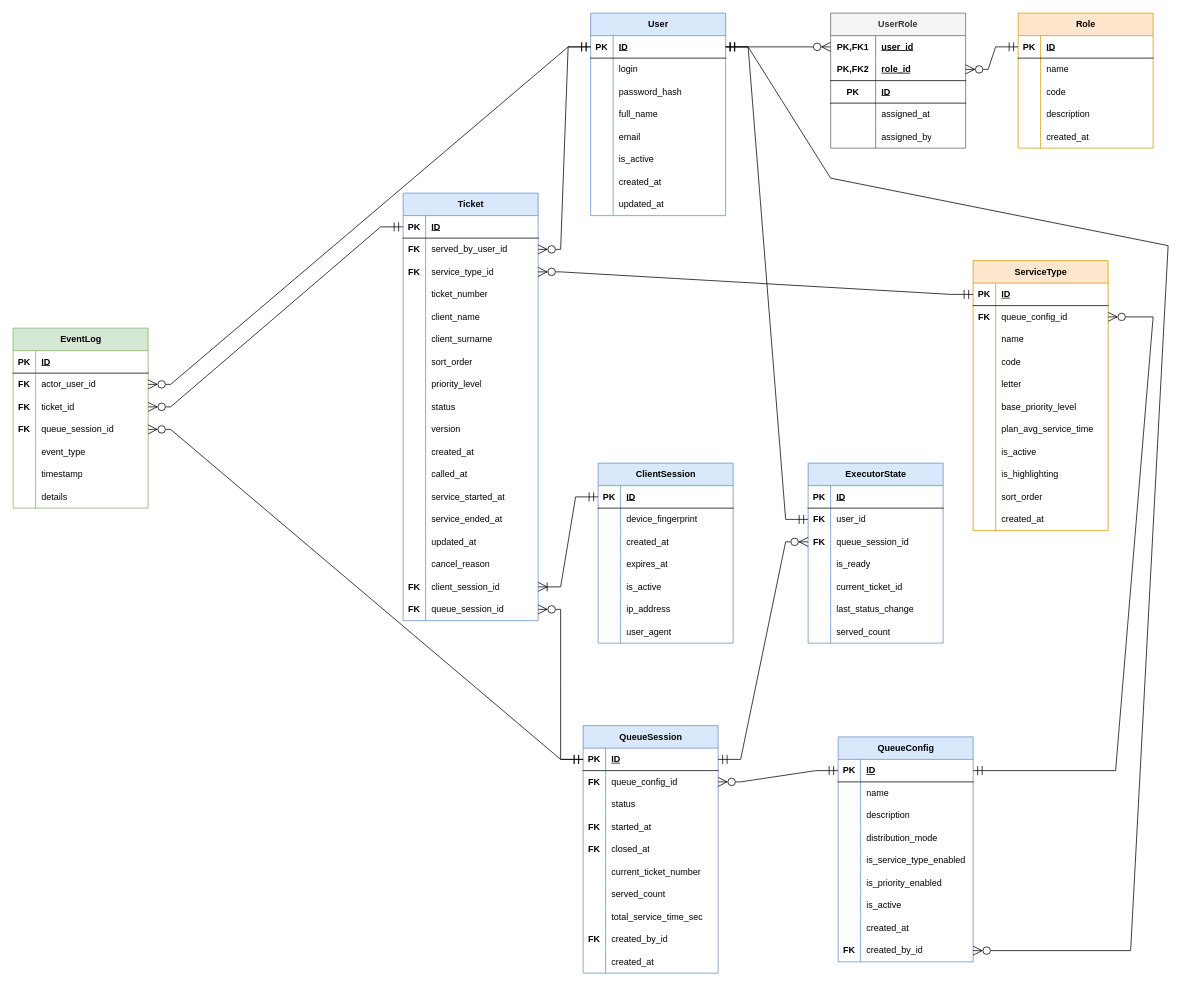
Above: docs/requirements/logical-data-model.drawio in DaL1ner/virtual_queue_management_system (draw.io), before the change. Source tidied: cells renumbered, new cells numbered last; positions are measured from the earlier drawing's top-left corner, leaving out a move shared by most shapes. Both pictures are drawn from the tidied source at 75%, with x=0, y=0 at pixel (13, 13).
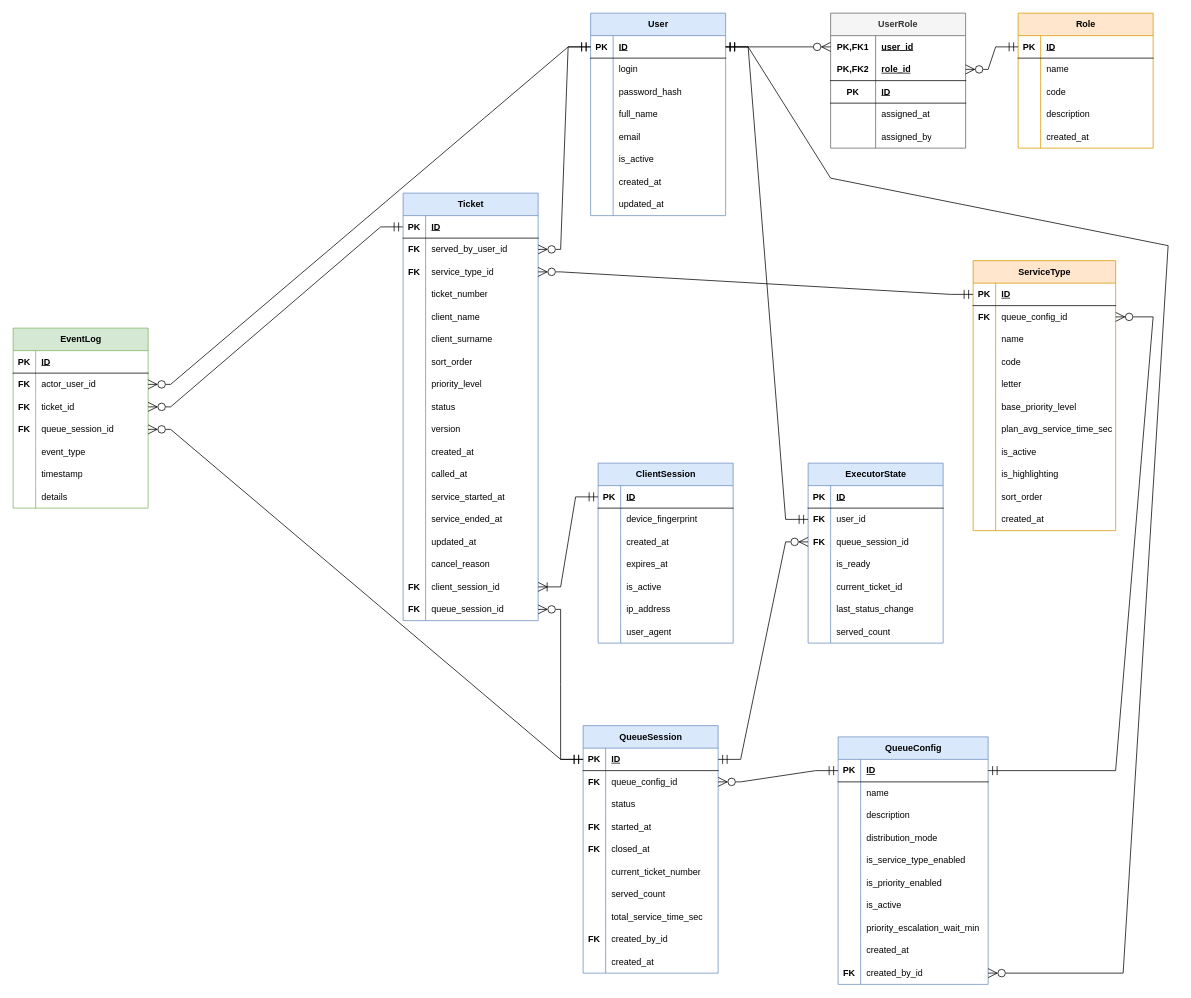
The same page after the edit.

Unchanged cells that the change refers to:
```xml
<mxCell id="3" style="shape=tableRow;horizontal=0;startSize=0;swimlaneHead=0;swimlaneBody=0;fillColor=none;points=[[0,0.5],[1,0.5]];portConstraint=eastwest;top=0;left=0;right=0;bottom=1;" parent="2" vertex="1">
  <mxGeometry y="30" width="180" height="30" as="geometry" />
</mxCell>
```

Diff of the diagram source:
```diff
@@
     <mxCell id="59" value="QueueConfig" style="shape=table;startSize=30;childLayout=tableLayout;rowLines=0;fontStyle=1;align=center;html=1;fillColor=#dae8fc;strokeColor=#6c8ebf;" parent="1" vertex="1">
-      <mxGeometry x="1100" y="965" width="180" height="300" as="geometry" />
+      <mxGeometry x="1100" y="965" width="200" height="330" as="geometry" />
     </mxCell>
     <mxCell id="60" style="shape=tableRow;horizontal=0;startSize=0;swimlaneHead=0;swimlaneBody=0;fillColor=none;points=[[0,0.5],[1,0.5]];portConstraint=eastwest;top=0;left=0;right=0;bottom=1;" parent="59" vertex="1">
-      <mxGeometry y="30" width="180" height="30" as="geometry" />
+      <mxGeometry y="30" width="200" height="30" as="geometry" />
     </mxCell>
@@
     <mxCell id="62" value="ID" style="shape=partialRectangle;fillColor=none;top=0;left=0;bottom=0;right=0;align=left;spacingLeft=6;fontStyle=5;overflow=hidden;whiteSpace=wrap;html=1;" parent="60" vertex="1">
-      <mxGeometry x="30" width="150" height="30" as="geometry" />
+      <mxGeometry x="30" width="170" height="30" as="geometry" />
     </mxCell>
     <mxCell id="63" style="shape=tableRow;horizontal=0;startSize=0;swimlaneHead=0;swimlaneBody=0;fillColor=none;top=0;left=0;right=0;bottom=0;" parent="59" vertex="1">
-      <mxGeometry y="60" width="180" height="30" as="geometry" />
+      <mxGeometry y="60" width="200" height="30" as="geometry" />
     </mxCell>
@@
     <mxCell id="65" value="name" style="shape=partialRectangle;fillColor=none;top=0;left=0;bottom=0;right=0;align=left;spacingLeft=6;overflow=hidden;whiteSpace=wrap;html=1;" parent="63" vertex="1">
-      <mxGeometry x="30" width="150" height="30" as="geometry" />
+      <mxGeometry x="30" width="170" height="30" as="geometry" />
     </mxCell>
     <mxCell id="66" style="shape=tableRow;horizontal=0;startSize=0;swimlaneHead=0;swimlaneBody=0;fillColor=none;top=0;left=0;right=0;bottom=0;" parent="59" vertex="1">
-      <mxGeometry y="90" width="180" height="30" as="geometry" />
+      <mxGeometry y="90" width="200" height="30" as="geometry" />
     </mxCell>
@@
     <mxCell id="68" value="description" style="shape=partialRectangle;fillColor=none;top=0;left=0;bottom=0;right=0;align=left;spacingLeft=6;overflow=hidden;whiteSpace=wrap;html=1;" parent="66" vertex="1">
-      <mxGeometry x="30" width="150" height="30" as="geometry" />
+      <mxGeometry x="30" width="170" height="30" as="geometry" />
     </mxCell>
     <mxCell id="69" style="shape=tableRow;horizontal=0;startSize=0;swimlaneHead=0;swimlaneBody=0;fillColor=none;top=0;left=0;right=0;bottom=0;" parent="59" vertex="1">
-      <mxGeometry y="120" width="180" height="30" as="geometry" />
+      <mxGeometry y="120" width="200" height="30" as="geometry" />
     </mxCell>
@@
     <mxCell id="71" value="distribution_mode" style="shape=partialRectangle;fillColor=none;top=0;left=0;bottom=0;right=0;align=left;spacingLeft=6;overflow=hidden;whiteSpace=wrap;html=1;" parent="69" vertex="1">
-      <mxGeometry x="30" width="150" height="30" as="geometry" />
+      <mxGeometry x="30" width="170" height="30" as="geometry" />
     </mxCell>
     <mxCell id="72" style="shape=tableRow;horizontal=0;startSize=0;swimlaneHead=0;swimlaneBody=0;fillColor=none;top=0;left=0;right=0;bottom=0;" parent="59" vertex="1">
-      <mxGeometry y="150" width="180" height="30" as="geometry" />
+      <mxGeometry y="150" width="200" height="30" as="geometry" />
     </mxCell>
@@
     <mxCell id="74" value="is_service_type_enabled" style="shape=partialRectangle;fillColor=none;top=0;left=0;bottom=0;right=0;align=left;spacingLeft=6;overflow=hidden;whiteSpace=wrap;html=1;" parent="72" vertex="1">
-      <mxGeometry x="30" width="150" height="30" as="geometry" />
+      <mxGeometry x="30" width="170" height="30" as="geometry" />
     </mxCell>
     <mxCell id="75" style="shape=tableRow;horizontal=0;startSize=0;swimlaneHead=0;swimlaneBody=0;fillColor=none;top=0;left=0;right=0;bottom=0;" parent="59" vertex="1">
-      <mxGeometry y="180" width="180" height="30" as="geometry" />
+      <mxGeometry y="180" width="200" height="30" as="geometry" />
     </mxCell>
@@
     <mxCell id="77" value="is_priority_enabled" style="shape=partialRectangle;fillColor=none;top=0;left=0;bottom=0;right=0;align=left;spacingLeft=6;overflow=hidden;whiteSpace=wrap;html=1;" parent="75" vertex="1">
-      <mxGeometry x="30" width="150" height="30" as="geometry" />
+      <mxGeometry x="30" width="170" height="30" as="geometry" />
     </mxCell>
     <mxCell id="78" style="shape=tableRow;horizontal=0;startSize=0;swimlaneHead=0;swimlaneBody=0;fillColor=none;top=0;left=0;right=0;bottom=0;" parent="59" vertex="1">
-      <mxGeometry y="210" width="180" height="30" as="geometry" />
+      <mxGeometry y="210" width="200" height="30" as="geometry" />
     </mxCell>
@@
     <mxCell id="80" value="is_active" style="shape=partialRectangle;fillColor=none;top=0;left=0;bottom=0;right=0;align=left;spacingLeft=6;overflow=hidden;whiteSpace=wrap;html=1;" parent="78" vertex="1">
-      <mxGeometry x="30" width="150" height="30" as="geometry" />
+      <mxGeometry x="30" width="170" height="30" as="geometry" />
     </mxCell>
+    <mxCell id="287" style="shape=tableRow;horizontal=0;startSize=0;swimlaneHead=0;swimlaneBody=0;fillColor=none;top=0;left=0;right=0;bottom=0;" parent="59" vertex="1">
+      <mxGeometry y="240" width="200" height="30" as="geometry" />
+    </mxCell>
+    <mxCell id="288" style="shape=partialRectangle;fillColor=none;top=0;left=0;bottom=0;right=0;overflow=hidden;whiteSpace=wrap;html=1;fontStyle=1;" parent="287" vertex="1">
+      <mxGeometry width="30" height="30" as="geometry" />
+    </mxCell>
+    <mxCell id="289" value="priority_escalation_wait_min" style="shape=partialRectangle;fillColor=none;top=0;left=0;bottom=0;right=0;align=left;spacingLeft=6;overflow=hidden;whiteSpace=wrap;html=1;" parent="287" vertex="1">
+      <mxGeometry x="30" width="170" height="30" as="geometry" />
+    </mxCell>
     <mxCell id="81" style="shape=tableRow;horizontal=0;startSize=0;swimlaneHead=0;swimlaneBody=0;fillColor=none;top=0;left=0;right=0;bottom=0;" parent="59" vertex="1">
-      <mxGeometry y="240" width="180" height="30" as="geometry" />
+      <mxGeometry y="270" width="200" height="30" as="geometry" />
     </mxCell>
@@
     <mxCell id="83" value="created_at" style="shape=partialRectangle;fillColor=none;top=0;left=0;bottom=0;right=0;align=left;spacingLeft=6;overflow=hidden;whiteSpace=wrap;html=1;" parent="81" vertex="1">
-      <mxGeometry x="30" width="150" height="30" as="geometry" />
+      <mxGeometry x="30" width="170" height="30" as="geometry" />
     </mxCell>
     <mxCell id="84" style="shape=tableRow;horizontal=0;startSize=0;swimlaneHead=0;swimlaneBody=0;fillColor=none;points=[[0,0.5],[1,0.5]];portConstraint=eastwest;top=0;left=0;right=0;bottom=0;" parent="59" vertex="1">
-      <mxGeometry y="270" width="180" height="30" as="geometry" />
+      <mxGeometry y="300" width="200" height="30" as="geometry" />
     </mxCell>
@@
     <mxCell id="86" value="created_by_id" style="shape=partialRectangle;fillColor=none;top=0;left=0;bottom=0;right=0;align=left;spacingLeft=6;overflow=hidden;whiteSpace=wrap;html=1;" parent="84" vertex="1">
-      <mxGeometry x="30" width="150" height="30" as="geometry" />
+      <mxGeometry x="30" width="170" height="30" as="geometry" />
     </mxCell>
@@
     <mxCell id="118" value="ServiceType" style="shape=table;startSize=30;childLayout=tableLayout;rowLines=0;fontStyle=1;align=center;html=1;fillColor=#ffe6cc;strokeColor=#d79b00;" parent="1" vertex="1">
-      <mxGeometry x="1280" y="330" width="180" height="360" as="geometry" />
+      <mxGeometry x="1280" y="330" width="190" height="360" as="geometry" />
     </mxCell>
     <mxCell id="119" style="shape=tableRow;horizontal=0;startSize=0;swimlaneHead=0;swimlaneBody=0;fillColor=none;points=[[0,0.5],[1,0.5]];portConstraint=eastwest;top=0;left=0;right=0;bottom=1;" parent="118" vertex="1">
-      <mxGeometry y="30" width="180" height="30" as="geometry" />
+      <mxGeometry y="30" width="190" height="30" as="geometry" />
     </mxCell>
@@
     <mxCell id="121" value="ID" style="shape=partialRectangle;fillColor=none;top=0;left=0;bottom=0;right=0;align=left;spacingLeft=6;fontStyle=5;overflow=hidden;whiteSpace=wrap;html=1;" parent="119" vertex="1">
-      <mxGeometry x="30" width="150" height="30" as="geometry" />
+      <mxGeometry x="30" width="160" height="30" as="geometry" />
     </mxCell>
     <mxCell id="122" style="shape=tableRow;horizontal=0;startSize=0;swimlaneHead=0;swimlaneBody=0;fillColor=none;points=[[0,0.5],[1,0.5]];portConstraint=eastwest;top=0;left=0;right=0;bottom=0;" parent="118" vertex="1">
-      <mxGeometry y="60" width="180" height="30" as="geometry" />
+      <mxGeometry y="60" width="190" height="30" as="geometry" />
     </mxCell>
@@
     <mxCell id="124" value="queue_config_id" style="shape=partialRectangle;fillColor=none;top=0;left=0;bottom=0;right=0;align=left;spacingLeft=6;overflow=hidden;whiteSpace=wrap;html=1;" parent="122" vertex="1">
-      <mxGeometry x="30" width="150" height="30" as="geometry" />
+      <mxGeometry x="30" width="160" height="30" as="geometry" />
     </mxCell>
     <mxCell id="125" style="shape=tableRow;horizontal=0;startSize=0;swimlaneHead=0;swimlaneBody=0;fillColor=none;top=0;left=0;right=0;bottom=0;" parent="118" vertex="1">
-      <mxGeometry y="90" width="180" height="30" as="geometry" />
+      <mxGeometry y="90" width="190" height="30" as="geometry" />
     </mxCell>
@@
     <mxCell id="127" value="name" style="shape=partialRectangle;fillColor=none;top=0;left=0;bottom=0;right=0;align=left;spacingLeft=6;overflow=hidden;whiteSpace=wrap;html=1;" parent="125" vertex="1">
-      <mxGeometry x="30" width="150" height="30" as="geometry" />
+      <mxGeometry x="30" width="160" height="30" as="geometry" />
     </mxCell>
     <mxCell id="128" style="shape=tableRow;horizontal=0;startSize=0;swimlaneHead=0;swimlaneBody=0;fillColor=none;top=0;left=0;right=0;bottom=0;" parent="118" vertex="1">
-      <mxGeometry y="120" width="180" height="30" as="geometry" />
+      <mxGeometry y="120" width="190" height="30" as="geometry" />
     </mxCell>
@@
     <mxCell id="130" value="code" style="shape=partialRectangle;fillColor=none;top=0;left=0;bottom=0;right=0;align=left;spacingLeft=6;overflow=hidden;whiteSpace=wrap;html=1;" parent="128" vertex="1">
-      <mxGeometry x="30" width="150" height="30" as="geometry" />
+      <mxGeometry x="30" width="160" height="30" as="geometry" />
     </mxCell>
     <mxCell id="131" style="shape=tableRow;horizontal=0;startSize=0;swimlaneHead=0;swimlaneBody=0;fillColor=none;top=0;left=0;right=0;bottom=0;" parent="118" vertex="1">
-      <mxGeometry y="150" width="180" height="30" as="geometry" />
+      <mxGeometry y="150" width="190" height="30" as="geometry" />
     </mxCell>
@@
     <mxCell id="133" value="letter" style="shape=partialRectangle;fillColor=none;top=0;left=0;bottom=0;right=0;align=left;spacingLeft=6;overflow=hidden;whiteSpace=wrap;html=1;" parent="131" vertex="1">
-      <mxGeometry x="30" width="150" height="30" as="geometry" />
+      <mxGeometry x="30" width="160" height="30" as="geometry" />
     </mxCell>
     <mxCell id="134" style="shape=tableRow;horizontal=0;startSize=0;swimlaneHead=0;swimlaneBody=0;fillColor=none;top=0;left=0;right=0;bottom=0;" parent="118" vertex="1">
-      <mxGeometry y="180" width="180" height="30" as="geometry" />
+      <mxGeometry y="180" width="190" height="30" as="geometry" />
     </mxCell>
@@
     <mxCell id="136" value="base_priority_level" style="shape=partialRectangle;fillColor=none;top=0;left=0;bottom=0;right=0;align=left;spacingLeft=6;overflow=hidden;whiteSpace=wrap;html=1;" parent="134" vertex="1">
-      <mxGeometry x="30" width="150" height="30" as="geometry" />
+      <mxGeometry x="30" width="160" height="30" as="geometry" />
     </mxCell>
     <mxCell id="137" style="shape=tableRow;horizontal=0;startSize=0;swimlaneHead=0;swimlaneBody=0;fillColor=none;top=0;left=0;right=0;bottom=0;" parent="118" vertex="1">
-      <mxGeometry y="210" width="180" height="30" as="geometry" />
+      <mxGeometry y="210" width="190" height="30" as="geometry" />
     </mxCell>
@@
-    <mxCell id="139" value="plan_avg_service_time" style="shape=partialRectangle;fillColor=none;top=0;left=0;bottom=0;right=0;align=left;spacingLeft=6;overflow=hidden;whiteSpace=wrap;html=1;" parent="137" vertex="1">
-      <mxGeometry x="30" width="150" height="30" as="geometry" />
+    <mxCell id="139" value="plan_avg_service_time_sec" style="shape=partialRectangle;fillColor=none;top=0;left=0;bottom=0;right=0;align=left;spacingLeft=6;overflow=hidden;whiteSpace=wrap;html=1;" parent="137" vertex="1">
+      <mxGeometry x="30" width="160" height="30" as="geometry" />
     </mxCell>
     <mxCell id="140" style="shape=tableRow;horizontal=0;startSize=0;swimlaneHead=0;swimlaneBody=0;fillColor=none;top=0;left=0;right=0;bottom=0;" parent="118" vertex="1">
-      <mxGeometry y="240" width="180" height="30" as="geometry" />
+      <mxGeometry y="240" width="190" height="30" as="geometry" />
     </mxCell>
@@
     <mxCell id="142" value="is_active" style="shape=partialRectangle;fillColor=none;top=0;left=0;bottom=0;right=0;align=left;spacingLeft=6;overflow=hidden;whiteSpace=wrap;html=1;" parent="140" vertex="1">
-      <mxGeometry x="30" width="150" height="30" as="geometry" />
+      <mxGeometry x="30" width="160" height="30" as="geometry" />
     </mxCell>
     <mxCell id="143" style="shape=tableRow;horizontal=0;startSize=0;swimlaneHead=0;swimlaneBody=0;fillColor=none;top=0;left=0;right=0;bottom=0;" parent="118" vertex="1">
-      <mxGeometry y="270" width="180" height="30" as="geometry" />
+      <mxGeometry y="270" width="190" height="30" as="geometry" />
     </mxCell>
@@
     <mxCell id="145" value="is_highlighting" style="shape=partialRectangle;fillColor=none;top=0;left=0;bottom=0;right=0;align=left;spacingLeft=6;overflow=hidden;whiteSpace=wrap;html=1;" parent="143" vertex="1">
-      <mxGeometry x="30" width="150" height="30" as="geometry" />
+      <mxGeometry x="30" width="160" height="30" as="geometry" />
     </mxCell>
     <mxCell id="146" style="shape=tableRow;horizontal=0;startSize=0;swimlaneHead=0;swimlaneBody=0;fillColor=none;top=0;left=0;right=0;bottom=0;" parent="118" vertex="1">
-      <mxGeometry y="300" width="180" height="30" as="geometry" />
+      <mxGeometry y="300" width="190" height="30" as="geometry" />
     </mxCell>
@@
     <mxCell id="148" value="sort_order" style="shape=partialRectangle;fillColor=none;top=0;left=0;bottom=0;right=0;align=left;spacingLeft=6;overflow=hidden;whiteSpace=wrap;html=1;" parent="146" vertex="1">
-      <mxGeometry x="30" width="150" height="30" as="geometry" />
+      <mxGeometry x="30" width="160" height="30" as="geometry" />
     </mxCell>
     <mxCell id="149" style="shape=tableRow;horizontal=0;startSize=0;swimlaneHead=0;swimlaneBody=0;fillColor=none;top=0;left=0;right=0;bottom=0;" parent="118" vertex="1">
-      <mxGeometry y="330" width="180" height="30" as="geometry" />
+      <mxGeometry y="330" width="190" height="30" as="geometry" />
     </mxCell>
@@
     <mxCell id="151" value="created_at" style="shape=partialRectangle;fillColor=none;top=0;left=0;bottom=0;right=0;align=left;spacingLeft=6;overflow=hidden;whiteSpace=wrap;html=1;" parent="149" vertex="1">
-      <mxGeometry x="30" width="150" height="30" as="geometry" />
+      <mxGeometry x="30" width="160" height="30" as="geometry" />
     </mxCell>
@@
     <mxCell id="224" style="shape=connector;rounded=0;jettySize=auto;html=1;exitX=1;exitY=0.5;exitDx=0;exitDy=0;entryX=1;entryY=0.5;entryDx=0;entryDy=0;strokeColor=default;align=center;verticalAlign=middle;fontFamily=Helvetica;fontSize=11;fontColor=default;labelBackgroundColor=default;startArrow=ERzeroToMany;startFill=0;startSize=10;endArrow=ERmandOne;endFill=0;endSize=10;" parent="1" edge="1" source="84" target="3">
       <mxGeometry relative="1" as="geometry">
         <Array as="points">
-          <mxPoint x="1490" y="1250" />
+          <mxPoint x="1480" y="1280" />
           <mxPoint x="1540" y="310" />
           <mxPoint x="1090" y="220" />
           <mxPoint x="980" y="45" />
         </Array>
       </mxGeometry>
     </mxCell>
```
